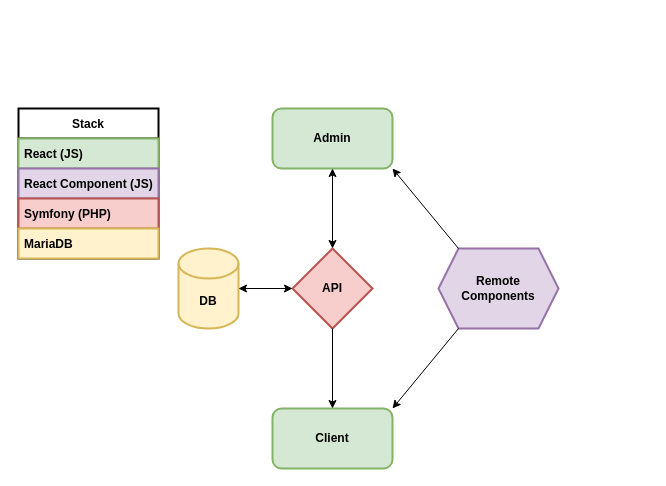
reload/display-dev keeps this draw.io diagram as documentation/diagrams/service-architecture.drawio. Above is the earlier version. Source tidied: cells renumbered, new cells numbered last; positions are measured from the earlier drawing's top-left corner, leaving out a move shared by most shapes. Both pictures are drawn from the tidied source at 100%, with x=0, y=0 at pixel (18, 108).
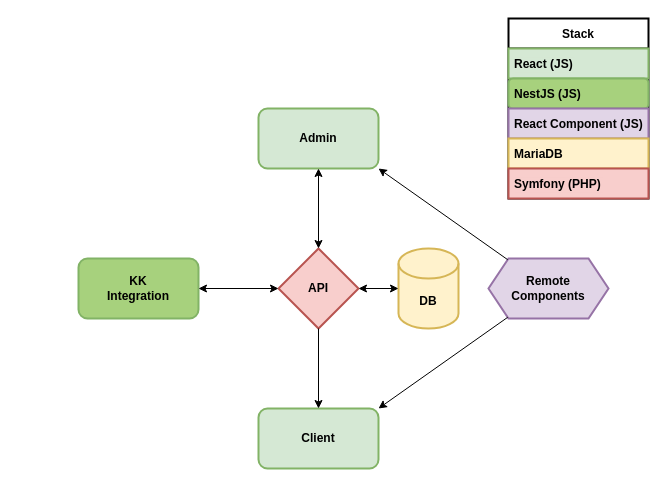
The same page after the edit.

Change to the diagram source:
```diff
@@
 <mxGraphModel>
   <root>
     <mxCell id="0" />
     <mxCell id="1" parent="0" />
     <mxCell id="2" value="&lt;b&gt;Admin&lt;/b&gt;" style="rounded=1;whiteSpace=wrap;html=1;strokeWidth=2;fillColor=#d5e8d4;strokeColor=#82b366;" parent="1" vertex="1">
-      <mxGeometry x="254" width="120" height="60" as="geometry" />
+      <mxGeometry x="240" width="120" height="60" as="geometry" />
     </mxCell>
     <mxCell id="3" value="&lt;b&gt;Client&lt;/b&gt;" style="rounded=1;whiteSpace=wrap;html=1;strokeWidth=2;fillColor=#d5e8d4;strokeColor=#82b366;" parent="1" vertex="1">
-      <mxGeometry x="254" y="300" width="120" height="60" as="geometry" />
+      <mxGeometry x="240" y="300" width="120" height="60" as="geometry" />
     </mxCell>
     <mxCell id="4" value="&lt;b&gt;Remote Components&lt;/b&gt;" style="shape=hexagon;perimeter=hexagonPerimeter2;whiteSpace=wrap;html=1;fixedSize=1;fillColor=#e1d5e7;strokeColor=#9673a6;strokeWidth=2;" parent="1" vertex="1">
-      <mxGeometry x="420" y="140" width="120" height="80" as="geometry" />
+      <mxGeometry x="470" y="150" width="120" height="60" as="geometry" />
     </mxCell>
     <mxCell id="5" value="&lt;b&gt;DB&lt;/b&gt;" style="shape=cylinder3;whiteSpace=wrap;html=1;boundedLbl=1;backgroundOutline=1;size=15;strokeWidth=2;fillColor=#fff2cc;strokeColor=#d6b656;" parent="1" vertex="1">
-      <mxGeometry x="160" y="140" width="60" height="80" as="geometry" />
+      <mxGeometry x="380" y="140" width="60" height="80" as="geometry" />
     </mxCell>
     <mxCell id="6" value="&lt;b&gt;API&lt;/b&gt;" style="rhombus;whiteSpace=wrap;html=1;fillColor=#F8CECC;strokeColor=#b85450;strokeWidth=2;" parent="1" vertex="1">
-      <mxGeometry x="274" y="140" width="80" height="80" as="geometry" />
+      <mxGeometry x="260" y="140" width="80" height="80" as="geometry" />
     </mxCell>
-    <mxCell id="7" style="endArrow=classic;html=1;rounded=0;entryX=1;entryY=1;entryDx=0;entryDy=0;" parent="1" edge="1" target="2">
-      <mxGeometry relative="1" as="geometry">
-        <mxPoint x="440" y="140" as="sourcePoint" />
-      </mxGeometry>
+    <mxCell id="7" style="endArrow=classic;html=1;rounded=0;entryX=1;entryY=1;entryDx=0;entryDy=0;" parent="1" edge="1" source="4" target="2">
+      <mxGeometry relative="1" as="geometry" />
     </mxCell>
-    <mxCell id="8" style="endArrow=classic;html=1;rounded=0;entryX=1;entryY=0;entryDx=0;entryDy=0;" parent="1" edge="1" target="3">
-      <mxGeometry relative="1" as="geometry">
-        <mxPoint x="440" y="220" as="sourcePoint" />
-      </mxGeometry>
+    <mxCell id="8" style="endArrow=classic;html=1;rounded=0;entryX=1;entryY=0;entryDx=0;entryDy=0;" parent="1" edge="1" source="4" target="3">
+      <mxGeometry relative="1" as="geometry" />
     </mxCell>
     <mxCell id="9" style="endArrow=none;startArrow=classic;html=1;rounded=0;endFill=0;entryX=0.5;entryY=1;entryDx=0;entryDy=0;" parent="1" edge="1" source="3" target="6">
       <mxGeometry relative="1" as="geometry" />
     </mxCell>
-    <mxCell id="10" style="endArrow=classic;startArrow=classic;html=1;rounded=0;entryX=0.5;entryY=1;entryDx=0;entryDy=0;" parent="1" edge="1">
-      <mxGeometry relative="1" as="geometry">
-        <mxPoint x="314" y="140" as="sourcePoint" />
-        <mxPoint x="314" y="60" as="targetPoint" />
-      </mxGeometry>
+    <mxCell id="10" style="endArrow=classic;startArrow=classic;html=1;rounded=0;" parent="1" edge="1" source="6" target="2">
+      <mxGeometry relative="1" as="geometry" />
     </mxCell>
-    <mxCell id="11" style="endArrow=classic;startArrow=classic;html=1;rounded=0;exitX=0;exitY=0.5;exitDx=0;exitDy=0;" parent="1" edge="1" source="6">
-      <mxGeometry relative="1" as="geometry">
-        <mxPoint x="220" y="180" as="targetPoint" />
-      </mxGeometry>
+    <mxCell id="11" style="endArrow=classic;startArrow=classic;html=1;rounded=0;" parent="1" edge="1" source="6" target="5">
+      <mxGeometry relative="1" as="geometry" />
     </mxCell>
+    <mxCell id="17" value="&lt;b&gt;KK&lt;br&gt;Integration&lt;/b&gt;" style="rounded=1;whiteSpace=wrap;html=1;strokeWidth=2;fillColor=#A7D17D;strokeColor=#82b366;" parent="1" vertex="1">
+      <mxGeometry x="60" y="150" width="120" height="60" as="geometry" />
+    </mxCell>
+    <mxCell id="18" style="endArrow=classic;startArrow=classic;html=1;rounded=0;" parent="1" edge="1" source="17" target="6">
+      <mxGeometry relative="1" as="geometry" />
+    </mxCell>
     <mxCell id="12" value="Stack" style="swimlane;fontStyle=1;horizontal=1;startSize=30;labelBackgroundColor=none;fontColor=#000000;strokeWidth=2;" parent="1" vertex="1">
-      <mxGeometry width="140" height="150" as="geometry" />
+      <mxGeometry x="490" y="-90" width="140" height="180" as="geometry" />
     </mxCell>
     <mxCell id="13" value="React (JS)" style="text;strokeColor=#82b366;fillColor=#d5e8d4;align=left;verticalAlign=middle;spacingLeft=4;spacingRight=4;overflow=hidden;labelBackgroundColor=#D5E8D4;strokeWidth=2;fontStyle=1;" parent="12" vertex="1">
       <mxGeometry y="30" width="140" height="30" as="geometry" />
     </mxCell>
+    <mxCell id="19" value="NestJS (JS)" style="text;strokeColor=#82b366;fillColor=#A7D17D;align=left;verticalAlign=middle;spacingLeft=4;spacingRight=4;overflow=hidden;labelBackgroundColor=none;strokeWidth=2;fontStyle=1;rounded=1;" parent="12" vertex="1">
+      <mxGeometry y="60" width="140" height="30" as="geometry" />
+    </mxCell>
     <mxCell id="14" value="React Component (JS)" style="text;strokeColor=#9673a6;fillColor=#e1d5e7;align=left;verticalAlign=middle;spacingLeft=4;spacingRight=4;overflow=hidden;labelBackgroundColor=none;strokeWidth=2;fontStyle=1;" parent="12" vertex="1">
-      <mxGeometry y="60" width="140" height="30" as="geometry" />
+      <mxGeometry y="90" width="140" height="30" as="geometry" />
     </mxCell>
+    <mxCell id="16" value="MariaDB" style="text;strokeColor=#d6b656;fillColor=#fff2cc;align=left;verticalAlign=middle;spacingLeft=4;spacingRight=4;overflow=hidden;labelBackgroundColor=none;strokeWidth=2;fontStyle=1;" parent="12" vertex="1">
+      <mxGeometry y="120" width="140" height="30" as="geometry" />
+    </mxCell>
     <mxCell id="15" value="Symfony (PHP)" style="text;strokeColor=#b85450;fillColor=#f8cecc;align=left;verticalAlign=middle;spacingLeft=4;spacingRight=4;overflow=hidden;labelBackgroundColor=#F8CECC;strokeWidth=2;fontStyle=1;" parent="12" vertex="1">
-      <mxGeometry y="90" width="140" height="30" as="geometry" />
+      <mxGeometry y="150" width="140" height="30" as="geometry" />
     </mxCell>
-    <mxCell id="16" value="MariaDB" style="text;strokeColor=#d6b656;fillColor=#fff2cc;align=left;verticalAlign=middle;spacingLeft=4;spacingRight=4;overflow=hidden;labelBackgroundColor=none;strokeWidth=2;fontStyle=1;" parent="12" vertex="1">
-      <mxGeometry y="120" width="140" height="30" as="geometry" />
-    </mxCell>
   </root>
 </mxGraphModel>
```
